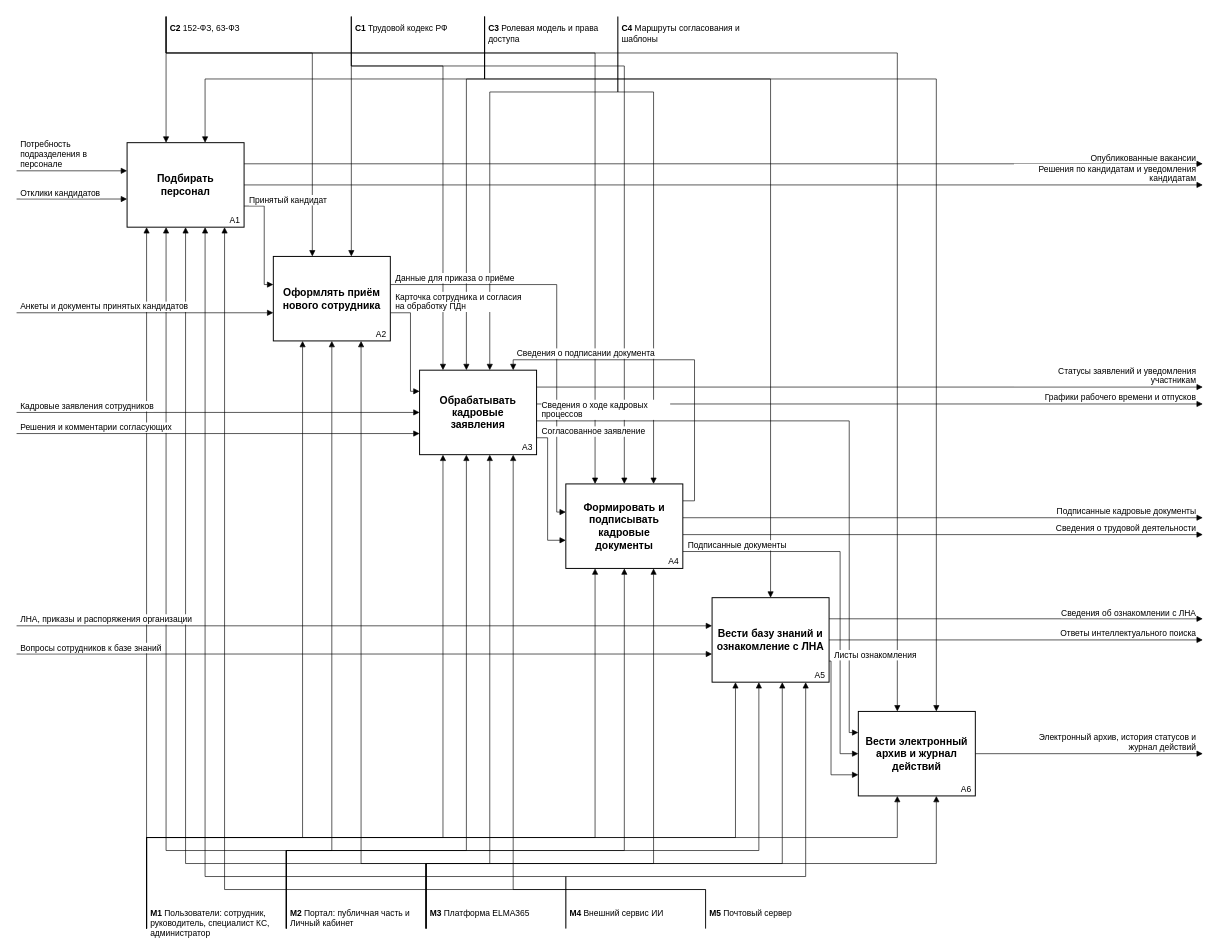
Earlier version of the draw.io diagram docs/диаграммы/drawio/1.2_IDEF0_A0_Декомпозиция.drawio (akkixx04/doc_management). Source tidied: cells renumbered, new cells numbered last; positions are measured from the earlier drawing's top-left corner, leaving out a move shared by most shapes. Both pictures are drawn from the tidied source at 65%, with x=0, y=0 at pixel (16, 16).
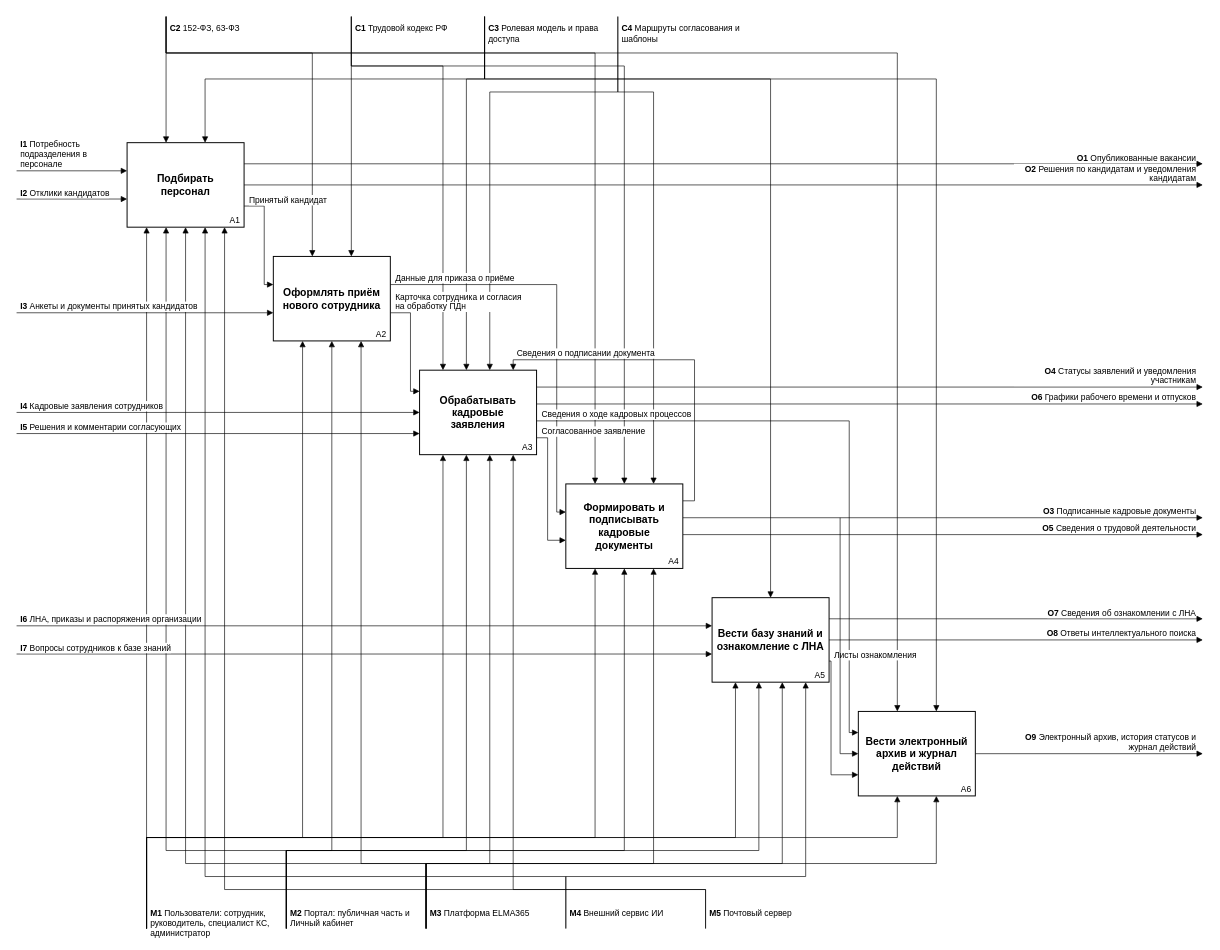
Above is the later version.

The change refers to these unchanged cells:
```xml
<mxCell id="66" value="&lt;b&gt;Формировать и подписывать кадровые документы&lt;/b&gt;" style="rounded=0;whiteSpace=wrap;html=1;strokeWidth=1.5;fillColor=#ffffff;strokeColor=#000000;fontColor=#000000;fontFamily=Helvetica;fontSize=16;spacingLeft=6;spacingRight=6;" parent="1" vertex="1">
  <mxGeometry x="845" y="719" width="180" height="130" as="geometry" />
</mxCell>
<mxCell id="70" value="&lt;b&gt;Вести электронный архив и журнал действий&lt;/b&gt;" style="rounded=0;whiteSpace=wrap;html=1;strokeWidth=1.5;fillColor=#ffffff;strokeColor=#000000;fontColor=#000000;fontFamily=Helvetica;fontSize=16;spacingLeft=6;spacingRight=6;" parent="1" vertex="1">
  <mxGeometry x="1295" y="1069" width="180" height="130" as="geometry" />
</mxCell>
```

Diff of the diagram source:
```diff
@@
-    <mxCell id="21" style="edgeStyle=none;html=1;rounded=0;endArrow=block;endFill=1;endSize=7;strokeColor=#000000;strokeWidth=1;fontColor=#000000;fontFamily=Helvetica;exitX=1.0000;exitY=0.8000;exitDx=0;exitDy=0;exitPerimeter=0;entryX=0.0000;entryY=0.5000;entryDx=0;entryDy=0;entryPerimeter=0;fontSize=13;" parent="1" edge="1" source="66" target="70">
-      <mxGeometry relative="1" as="geometry">
-        <Array as="points">
-          <mxPoint x="1267" y="823" />
-          <mxPoint x="1267" y="1134" />
-        </Array>
-      </mxGeometry>
-    </mxCell>
@@
-    <mxCell id="72" value="Потребность подразделения в персонале" style="text;html=1;whiteSpace=wrap;align=left;verticalAlign=bottom;fontSize=13;spacing=0;labelBackgroundColor=#ffffff;spacingLeft=2;spacingRight=2;fontColor=#000000;fontFamily=Helvetica;" parent="1" vertex="1">
+    <mxCell id="72" value="&lt;b&gt;I1&lt;/b&gt; Потребность подразделения в персонале" style="text;html=1;whiteSpace=wrap;align=left;verticalAlign=bottom;fontSize=13;spacing=0;labelBackgroundColor=#ffffff;spacingLeft=2;spacingRight=2;fontColor=#000000;fontFamily=Helvetica;" parent="1" vertex="1">
       <mxGeometry x="4" y="206.3" width="140" height="30" as="geometry" />
     </mxCell>
-    <mxCell id="73" value="Отклики кандидатов" style="text;html=1;whiteSpace=wrap;align=left;verticalAlign=bottom;fontSize=13;spacing=0;labelBackgroundColor=#ffffff;spacingLeft=2;spacingRight=2;fontColor=#000000;fontFamily=Helvetica;" parent="1" vertex="1">
+    <mxCell id="73" value="&lt;b&gt;I2&lt;/b&gt; Отклики кандидатов" style="text;html=1;whiteSpace=wrap;align=left;verticalAlign=bottom;fontSize=13;spacing=0;labelBackgroundColor=#ffffff;spacingLeft=2;spacingRight=2;fontColor=#000000;fontFamily=Helvetica;" parent="1" vertex="1">
       <mxGeometry x="4" y="249.7" width="140" height="30" as="geometry" />
     </mxCell>
-    <mxCell id="74" value="Анкеты и документы принятых кандидатов" style="text;html=1;whiteSpace=wrap;align=left;verticalAlign=bottom;fontSize=13;spacing=0;labelBackgroundColor=#ffffff;spacingLeft=2;spacingRight=2;fontColor=#000000;fontFamily=Helvetica;" parent="1" vertex="1">
+    <mxCell id="74" value="&lt;b&gt;I3&lt;/b&gt; Анкеты и документы принятых кандидатов" style="text;html=1;whiteSpace=wrap;align=left;verticalAlign=bottom;fontSize=13;spacing=0;labelBackgroundColor=#ffffff;spacingLeft=2;spacingRight=2;fontColor=#000000;fontFamily=Helvetica;" parent="1" vertex="1">
       <mxGeometry x="4" y="424.7" width="320" height="30" as="geometry" />
     </mxCell>
-    <mxCell id="75" value="Кадровые заявления сотрудников" style="text;html=1;whiteSpace=wrap;align=left;verticalAlign=bottom;fontSize=13;spacing=0;labelBackgroundColor=#ffffff;spacingLeft=2;spacingRight=2;fontColor=#000000;fontFamily=Helvetica;" parent="1" vertex="1">
+    <mxCell id="75" value="&lt;b&gt;I4&lt;/b&gt; Кадровые заявления сотрудников" style="text;html=1;whiteSpace=wrap;align=left;verticalAlign=bottom;fontSize=13;spacing=0;labelBackgroundColor=#ffffff;spacingLeft=2;spacingRight=2;fontColor=#000000;fontFamily=Helvetica;" parent="1" vertex="1">
       <mxGeometry x="4" y="578" width="320" height="30" as="geometry" />
     </mxCell>
-    <mxCell id="76" value="Решения и комментарии согласующих" style="text;html=1;whiteSpace=wrap;align=left;verticalAlign=bottom;fontSize=13;spacing=0;labelBackgroundColor=#ffffff;spacingLeft=2;spacingRight=2;fontColor=#000000;fontFamily=Helvetica;" parent="1" vertex="1">
+    <mxCell id="76" value="&lt;b&gt;I5&lt;/b&gt; Решения и комментарии согласующих" style="text;html=1;whiteSpace=wrap;align=left;verticalAlign=bottom;fontSize=13;spacing=0;labelBackgroundColor=#ffffff;spacingLeft=2;spacingRight=2;fontColor=#000000;fontFamily=Helvetica;" parent="1" vertex="1">
       <mxGeometry x="4" y="610.5" width="320" height="30" as="geometry" />
     </mxCell>
-    <mxCell id="77" value="ЛНА, приказы и распоряжения организации" style="text;html=1;whiteSpace=wrap;align=left;verticalAlign=bottom;fontSize=13;spacing=0;labelBackgroundColor=#ffffff;spacingLeft=2;spacingRight=2;fontColor=#000000;fontFamily=Helvetica;" parent="1" vertex="1">
+    <mxCell id="77" value="&lt;b&gt;I6&lt;/b&gt; ЛНА, приказы и распоряжения организации" style="text;html=1;whiteSpace=wrap;align=left;verticalAlign=bottom;fontSize=13;spacing=0;labelBackgroundColor=#ffffff;spacingLeft=2;spacingRight=2;fontColor=#000000;fontFamily=Helvetica;" parent="1" vertex="1">
       <mxGeometry x="4" y="906.3" width="320" height="30" as="geometry" />
     </mxCell>
-    <mxCell id="78" value="Вопросы сотрудников к базе знаний" style="text;html=1;whiteSpace=wrap;align=left;verticalAlign=bottom;fontSize=13;spacing=0;labelBackgroundColor=#ffffff;spacingLeft=2;spacingRight=2;fontColor=#000000;fontFamily=Helvetica;" parent="1" vertex="1">
+    <mxCell id="78" value="&lt;b&gt;I7&lt;/b&gt; Вопросы сотрудников к базе знаний" style="text;html=1;whiteSpace=wrap;align=left;verticalAlign=bottom;fontSize=13;spacing=0;labelBackgroundColor=#ffffff;spacingLeft=2;spacingRight=2;fontColor=#000000;fontFamily=Helvetica;" parent="1" vertex="1">
       <mxGeometry x="4" y="949.7" width="320" height="30" as="geometry" />
     </mxCell>
-    <mxCell id="79" value="Опубликованные вакансии" style="text;html=1;whiteSpace=wrap;align=right;verticalAlign=bottom;fontSize=13;spacing=0;labelBackgroundColor=#ffffff;spacingLeft=2;spacingRight=2;fontColor=#000000;fontFamily=Helvetica;" parent="1" vertex="1">
+    <mxCell id="79" value="&lt;b&gt;O1&lt;/b&gt; Опубликованные вакансии" style="text;html=1;whiteSpace=wrap;align=right;verticalAlign=bottom;fontSize=13;spacing=0;labelBackgroundColor=#ffffff;spacingLeft=2;spacingRight=2;fontColor=#000000;fontFamily=Helvetica;" parent="1" vertex="1">
       <mxGeometry x="1535" y="191.5" width="282" height="34" as="geometry" />
     </mxCell>
-    <mxCell id="80" value="Решения по кандидатам и уведомления кандидатам" style="text;html=1;whiteSpace=wrap;align=right;verticalAlign=bottom;fontSize=13;spacing=0;labelBackgroundColor=#ffffff;spacingLeft=2;spacingRight=2;fontColor=#000000;fontFamily=Helvetica;" parent="1" vertex="1">
+    <mxCell id="80" value="&lt;b&gt;O2&lt;/b&gt; Решения по кандидатам и уведомления кандидатам" style="text;html=1;whiteSpace=wrap;align=right;verticalAlign=bottom;fontSize=13;spacing=0;labelBackgroundColor=#ffffff;spacingLeft=2;spacingRight=2;fontColor=#000000;fontFamily=Helvetica;" parent="1" vertex="1">
       <mxGeometry x="1535" y="224" width="282" height="34" as="geometry" />
     </mxCell>
@@
-    <mxCell id="84" value="Статусы заявлений и уведомления участникам" style="text;html=1;whiteSpace=wrap;align=right;verticalAlign=bottom;fontSize=13;spacing=0;labelBackgroundColor=#ffffff;spacingLeft=2;spacingRight=2;fontColor=#000000;fontFamily=Helvetica;" parent="1" vertex="1">
+    <mxCell id="84" value="&lt;b&gt;O4&lt;/b&gt; Статусы заявлений и уведомления участникам" style="text;html=1;whiteSpace=wrap;align=right;verticalAlign=bottom;fontSize=13;spacing=0;labelBackgroundColor=#ffffff;spacingLeft=2;spacingRight=2;fontColor=#000000;fontFamily=Helvetica;" parent="1" vertex="1">
       <mxGeometry x="1535" y="535" width="282" height="34" as="geometry" />
     </mxCell>
-    <mxCell id="85" value="Графики рабочего времени и отпусков" style="text;html=1;whiteSpace=wrap;align=right;verticalAlign=bottom;fontSize=13;spacing=0;labelBackgroundColor=#ffffff;spacingLeft=2;spacingRight=2;fontColor=#000000;fontFamily=Helvetica;" parent="1" vertex="1">
+    <mxCell id="85" value="&lt;b&gt;O6&lt;/b&gt; Графики рабочего времени и отпусков" style="text;html=1;whiteSpace=wrap;align=right;verticalAlign=bottom;fontSize=13;spacing=0;labelBackgroundColor=#ffffff;spacingLeft=2;spacingRight=2;fontColor=#000000;fontFamily=Helvetica;" parent="1" vertex="1">
       <mxGeometry x="1535" y="561" width="282" height="34" as="geometry" />
     </mxCell>
     <mxCell id="86" value="Сведения о ходе кадровых процессов" style="text;html=1;whiteSpace=wrap;align=left;verticalAlign=bottom;fontSize=13;spacing=0;labelBackgroundColor=#ffffff;spacingLeft=2;spacingRight=2;fontColor=#000000;fontFamily=Helvetica;" parent="1" vertex="1">
-      <mxGeometry x="806" y="591" width="200" height="30" as="geometry" />
+      <mxGeometry x="806" y="591" width="262" height="30" as="geometry" />
     </mxCell>
@@
-    <mxCell id="89" value="Подписанные кадровые документы" style="text;html=1;whiteSpace=wrap;align=right;verticalAlign=bottom;fontSize=13;spacing=0;labelBackgroundColor=#ffffff;spacingLeft=2;spacingRight=2;fontColor=#000000;fontFamily=Helvetica;" parent="1" vertex="1">
+    <mxCell id="89" value="&lt;b&gt;O3&lt;/b&gt; Подписанные кадровые документы" style="text;html=1;whiteSpace=wrap;align=right;verticalAlign=bottom;fontSize=13;spacing=0;labelBackgroundColor=#ffffff;spacingLeft=2;spacingRight=2;fontColor=#000000;fontFamily=Helvetica;" parent="1" vertex="1">
       <mxGeometry x="1535" y="736" width="282" height="34" as="geometry" />
     </mxCell>
-    <mxCell id="90" value="Сведения о трудовой деятельности" style="text;html=1;whiteSpace=wrap;align=right;verticalAlign=bottom;fontSize=13;spacing=0;labelBackgroundColor=#ffffff;spacingLeft=2;spacingRight=2;fontColor=#000000;fontFamily=Helvetica;" parent="1" vertex="1">
+    <mxCell id="90" value="&lt;b&gt;O5&lt;/b&gt; Сведения о трудовой деятельности" style="text;html=1;whiteSpace=wrap;align=right;verticalAlign=bottom;fontSize=13;spacing=0;labelBackgroundColor=#ffffff;spacingLeft=2;spacingRight=2;fontColor=#000000;fontFamily=Helvetica;" parent="1" vertex="1">
       <mxGeometry x="1535" y="762" width="282" height="34" as="geometry" />
     </mxCell>
-    <mxCell id="91" value="Подписанные документы" style="text;html=1;whiteSpace=wrap;align=left;verticalAlign=bottom;fontSize=13;spacing=0;labelBackgroundColor=#ffffff;spacingLeft=2;spacingRight=2;fontColor=#000000;fontFamily=Helvetica;" parent="1" vertex="1">
-      <mxGeometry x="1031" y="792" width="200" height="30" as="geometry" />
-    </mxCell>
-    <mxCell id="92" value="Сведения об ознакомлении с ЛНА" style="text;html=1;whiteSpace=wrap;align=right;verticalAlign=bottom;fontSize=13;spacing=0;labelBackgroundColor=#ffffff;spacingLeft=2;spacingRight=2;fontColor=#000000;fontFamily=Helvetica;" parent="1" vertex="1">
+    <mxCell id="92" value="&lt;b&gt;O7&lt;/b&gt; Сведения об ознакомлении с ЛНА" style="text;html=1;whiteSpace=wrap;align=right;verticalAlign=bottom;fontSize=13;spacing=0;labelBackgroundColor=#ffffff;spacingLeft=2;spacingRight=2;fontColor=#000000;fontFamily=Helvetica;" parent="1" vertex="1">
       <mxGeometry x="1535" y="891.5" width="282" height="34" as="geometry" />
     </mxCell>
-    <mxCell id="93" value="Ответы интеллектуального поиска" style="text;html=1;whiteSpace=wrap;align=right;verticalAlign=bottom;fontSize=13;spacing=0;labelBackgroundColor=#ffffff;spacingLeft=2;spacingRight=2;fontColor=#000000;fontFamily=Helvetica;" parent="1" vertex="1">
+    <mxCell id="93" value="&lt;b&gt;O8&lt;/b&gt; Ответы интеллектуального поиска" style="text;html=1;whiteSpace=wrap;align=right;verticalAlign=bottom;fontSize=13;spacing=0;labelBackgroundColor=#ffffff;spacingLeft=2;spacingRight=2;fontColor=#000000;fontFamily=Helvetica;" parent="1" vertex="1">
       <mxGeometry x="1535" y="924" width="282" height="34" as="geometry" />
     </mxCell>
@@
-    <mxCell id="95" value="Электронный архив, история статусов и журнал действий" style="text;html=1;whiteSpace=wrap;align=right;verticalAlign=bottom;fontSize=13;spacing=0;labelBackgroundColor=#ffffff;spacingLeft=2;spacingRight=2;fontColor=#000000;fontFamily=Helvetica;" parent="1" vertex="1">
+    <mxCell id="95" value="&lt;b&gt;O9&lt;/b&gt; Электронный архив, история статусов и журнал действий" style="text;html=1;whiteSpace=wrap;align=right;verticalAlign=bottom;fontSize=13;spacing=0;labelBackgroundColor=#ffffff;spacingLeft=2;spacingRight=2;fontColor=#000000;fontFamily=Helvetica;" parent="1" vertex="1">
       <mxGeometry x="1535" y="1099" width="282" height="34" as="geometry" />
     </mxCell>
@@
+    <mxCell id="105" style="edgeStyle=none;html=1;rounded=0;endArrow=block;endFill=1;endSize=7;strokeColor=#000000;strokeWidth=1;fontColor=#000000;fontFamily=Helvetica;entryX=0.0000;entryY=0.5;entryDx=0;entryDy=0;entryPerimeter=0;fontSize=13;" parent="1" edge="1" target="70">
+      <mxGeometry relative="1" as="geometry">
+        <mxPoint x="1267" y="771" as="sourcePoint" />
+        <Array as="points">
+          <mxPoint x="1267" y="1134" />
+        </Array>
+      </mxGeometry>
+    </mxCell>
```
